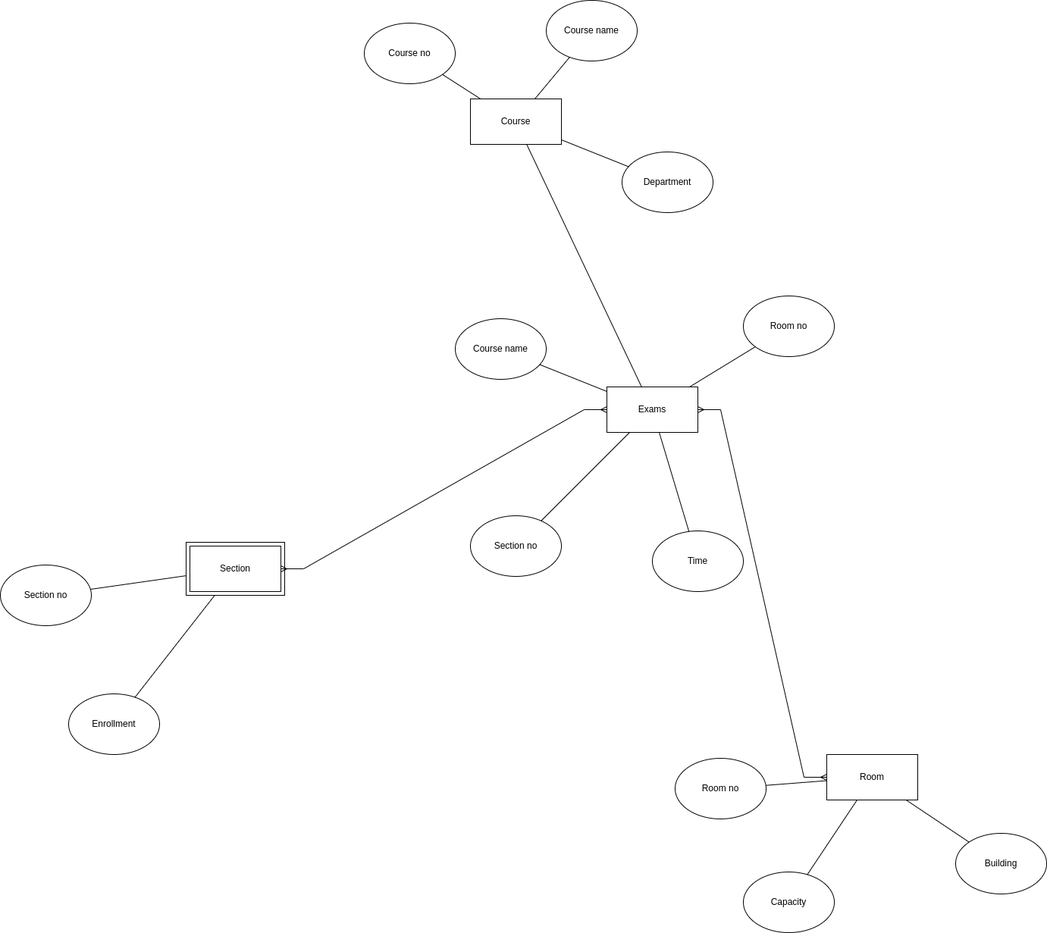
This is Day23/Day23-Exams.drawio.png from nathis468/Trustrace_Assignment, a draw.io export, as it was before one commit. Source tidied: cells renumbered, new cells last; positions are measured from the earlier drawing's top-left corner, leaving out a move shared by most shapes.
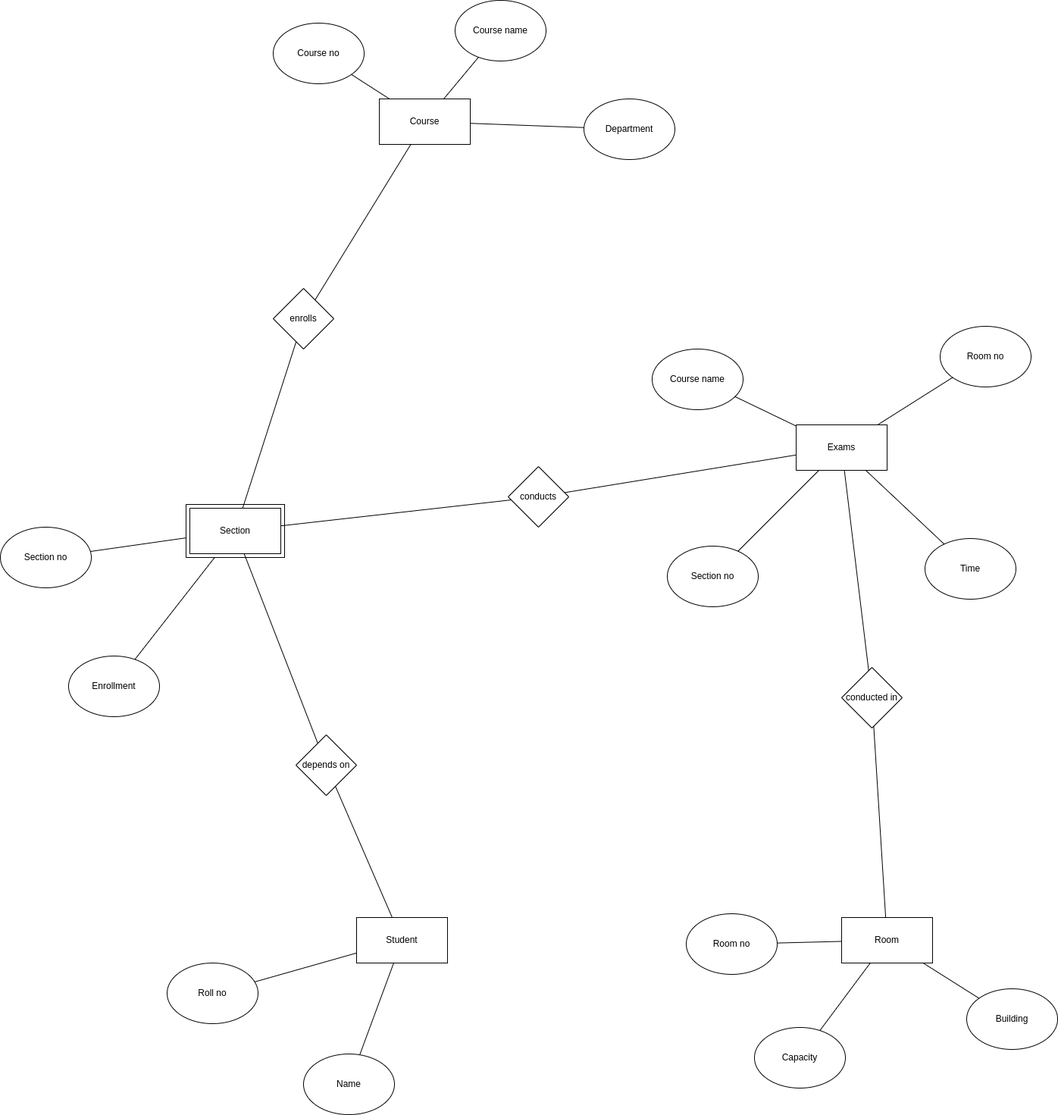
Later version of the same file.

What changed in the source:
```diff
@@ -3,19 +3,19 @@
     <mxCell id="0" />
     <mxCell id="1" parent="0" />
     <mxCell id="2" value="Exams" style="rounded=0;whiteSpace=wrap;html=1;" parent="1" vertex="1">
-      <mxGeometry x="800" y="510" width="120" height="60" as="geometry" />
+      <mxGeometry x="1050" y="610" width="120" height="60" as="geometry" />
     </mxCell>
     <mxCell id="3" value="Time" style="ellipse;whiteSpace=wrap;html=1;" parent="1" vertex="1">
-      <mxGeometry x="860" y="700" width="120" height="80" as="geometry" />
+      <mxGeometry x="1220" y="760" width="120" height="80" as="geometry" />
     </mxCell>
     <mxCell id="4" value="Room no" style="ellipse;whiteSpace=wrap;html=1;" parent="1" vertex="1">
-      <mxGeometry x="980" y="390" width="120" height="80" as="geometry" />
+      <mxGeometry x="1240" y="480" width="120" height="80" as="geometry" />
     </mxCell>
     <mxCell id="5" value="Section no" style="ellipse;whiteSpace=wrap;html=1;" parent="1" vertex="1">
-      <mxGeometry x="620" y="680" width="120" height="80" as="geometry" />
+      <mxGeometry x="880" y="770" width="120" height="80" as="geometry" />
     </mxCell>
     <mxCell id="6" value="Course name" style="ellipse;whiteSpace=wrap;html=1;" parent="1" vertex="1">
-      <mxGeometry x="600" y="420" width="120" height="80" as="geometry" />
+      <mxGeometry x="860" y="510" width="120" height="80" as="geometry" />
     </mxCell>
     <mxCell id="7" style="endArrow=none;html=1;rounded=0;" parent="1" edge="1" source="2" target="4">
       <mxGeometry relative="1" as="geometry" />
@@ -33,16 +33,16 @@
       <mxGeometry x="245" y="715" width="130" height="70" as="geometry" />
     </mxCell>
     <mxCell id="12" value="Course" style="rounded=0;whiteSpace=wrap;html=1;" parent="1" vertex="1">
-      <mxGeometry x="620" y="130" width="120" height="60" as="geometry" />
+      <mxGeometry x="500" y="180" width="120" height="60" as="geometry" />
     </mxCell>
     <mxCell id="13" value="Course no" style="ellipse;whiteSpace=wrap;html=1;" parent="1" vertex="1">
-      <mxGeometry x="480" y="30" width="120" height="80" as="geometry" />
+      <mxGeometry x="360" y="80" width="120" height="80" as="geometry" />
     </mxCell>
     <mxCell id="14" value="Course name" style="ellipse;whiteSpace=wrap;html=1;" parent="1" vertex="1">
-      <mxGeometry x="720" width="120" height="80" as="geometry" />
+      <mxGeometry x="600" y="50" width="120" height="80" as="geometry" />
     </mxCell>
     <mxCell id="15" value="Department" style="ellipse;whiteSpace=wrap;html=1;" parent="1" vertex="1">
-      <mxGeometry x="820" y="200" width="120" height="80" as="geometry" />
+      <mxGeometry x="770" y="180" width="120" height="80" as="geometry" />
     </mxCell>
     <mxCell id="16" style="endArrow=none;html=1;rounded=0;" parent="1" edge="1" source="13" target="12">
       <mxGeometry relative="1" as="geometry" />
@@ -69,13 +69,13 @@
       <mxGeometry relative="1" as="geometry" />
     </mxCell>
     <mxCell id="24" value="Room" style="rounded=0;whiteSpace=wrap;html=1;" parent="1" vertex="1">
-      <mxGeometry x="1090" y="995" width="120" height="60" as="geometry" />
+      <mxGeometry x="1110" y="1260" width="120" height="60" as="geometry" />
     </mxCell>
     <mxCell id="25" value="Room no" style="ellipse;whiteSpace=wrap;html=1;" parent="1" vertex="1">
-      <mxGeometry x="890" y="1000" width="120" height="80" as="geometry" />
+      <mxGeometry x="905" y="1255" width="120" height="80" as="geometry" />
     </mxCell>
     <mxCell id="26" value="Capacity" style="ellipse;whiteSpace=wrap;html=1;" parent="1" vertex="1">
-      <mxGeometry x="980" y="1150" width="120" height="80" as="geometry" />
+      <mxGeometry x="995" y="1405" width="120" height="80" as="geometry" />
     </mxCell>
     <mxCell id="27" style="endArrow=none;html=1;rounded=0;" parent="1" edge="1" source="25" target="24">
       <mxGeometry relative="1" as="geometry" />
@@ -87,16 +87,58 @@
       <mxGeometry relative="1" as="geometry" />
     </mxCell>
     <mxCell id="30" value="Building" style="ellipse;whiteSpace=wrap;html=1;" parent="1" vertex="1">
-      <mxGeometry x="1260" y="1099" width="120" height="80" as="geometry" />
+      <mxGeometry x="1275" y="1354" width="120" height="80" as="geometry" />
     </mxCell>
-    <mxCell id="31" style="endArrow=none;html=1;rounded=0;" parent="1" edge="1" source="12" target="2">
+    <mxCell id="31" style="endArrow=none;html=1;rounded=0;" parent="1" edge="1" source="12" target="34">
       <mxGeometry relative="1" as="geometry" />
     </mxCell>
-    <mxCell id="32" style="edgeStyle=entityRelationEdgeStyle;fontSize=12;html=1;endArrow=ERmany;startArrow=ERmany;rounded=0;" parent="1" edge="1" source="19" target="2">
-      <mxGeometry relative="1" as="geometry" />
-    </mxCell>
-    <mxCell id="33" style="edgeStyle=entityRelationEdgeStyle;fontSize=12;html=1;endArrow=ERmany;startArrow=ERmany;rounded=0;" parent="1" edge="1" source="24" target="2">
-      <mxGeometry relative="1" as="geometry" />
-    </mxCell>
+    <mxCell id="34" value="enrolls" style="rhombus;whiteSpace=wrap;html=1;" parent="1" vertex="1">
+      <mxGeometry x="360" y="430" width="80" height="80" as="geometry" />
+    </mxCell>
+    <mxCell id="35" style="endArrow=none;html=1;rounded=0;" parent="1" edge="1" source="19" target="34">
+      <mxGeometry relative="1" as="geometry" />
+    </mxCell>
+    <mxCell id="36" style="endArrow=none;html=1;rounded=0;" parent="1" edge="1" source="19" target="37">
+      <mxGeometry relative="1" as="geometry" />
+    </mxCell>
+    <mxCell id="37" value="depends on" style="rhombus;whiteSpace=wrap;html=1;" parent="1" vertex="1">
+      <mxGeometry x="390" y="1019" width="80" height="80" as="geometry" />
+    </mxCell>
+    <mxCell id="38" style="endArrow=none;html=1;rounded=0;" parent="1" edge="1" source="37" target="39">
+      <mxGeometry relative="1" as="geometry" />
+    </mxCell>
+    <mxCell id="39" value="Student" style="rounded=0;whiteSpace=wrap;html=1;" parent="1" vertex="1">
+      <mxGeometry x="470" y="1260" width="120" height="60" as="geometry" />
+    </mxCell>
+    <mxCell id="40" value="Roll no" style="ellipse;whiteSpace=wrap;html=1;" parent="1" vertex="1">
+      <mxGeometry x="220" y="1320" width="120" height="80" as="geometry" />
+    </mxCell>
+    <mxCell id="41" value="Name" style="ellipse;whiteSpace=wrap;html=1;" parent="1" vertex="1">
+      <mxGeometry x="400" y="1440" width="120" height="80" as="geometry" />
+    </mxCell>
+    <mxCell id="42" style="endArrow=none;html=1;rounded=0;" parent="1" edge="1" source="40" target="39">
+      <mxGeometry relative="1" as="geometry" />
+    </mxCell>
+    <mxCell id="43" style="endArrow=none;html=1;rounded=0;" parent="1" edge="1" source="41" target="39">
+      <mxGeometry relative="1" as="geometry" />
+    </mxCell>
+    <mxCell id="44" style="endArrow=none;html=1;rounded=0;" parent="1" edge="1" source="45" target="19">
+      <mxGeometry relative="1" as="geometry" />
+    </mxCell>
+    <mxCell id="45" value="conducts" style="rhombus;whiteSpace=wrap;html=1;" parent="1" vertex="1">
+      <mxGeometry x="670" y="665" width="80" height="80" as="geometry" />
+    </mxCell>
+    <mxCell id="46" style="endArrow=none;html=1;rounded=0;" parent="1" edge="1" source="45" target="2">
+      <mxGeometry relative="1" as="geometry" />
+    </mxCell>
+    <mxCell id="47" value="conducted in" style="rhombus;whiteSpace=wrap;html=1;" parent="1" vertex="1">
+      <mxGeometry x="1110" y="930" width="80" height="80" as="geometry" />
+    </mxCell>
+    <mxCell id="48" style="endArrow=none;html=1;rounded=0;" parent="1" edge="1" source="47" target="2">
+      <mxGeometry relative="1" as="geometry" />
+    </mxCell>
+    <mxCell id="49" style="endArrow=none;html=1;rounded=0;" parent="1" edge="1" source="24" target="47">
+      <mxGeometry relative="1" as="geometry" />
+    </mxCell>
   </root>
 </mxGraphModel>
```
